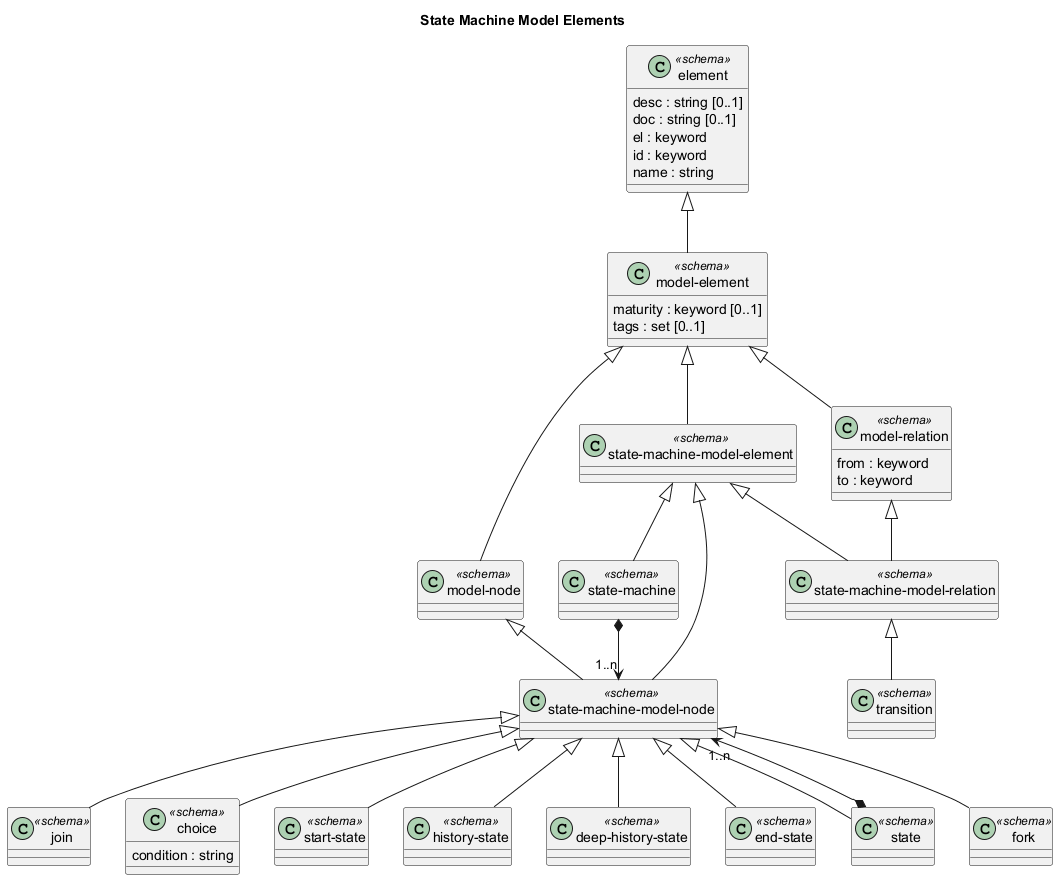
soulspace-org/overarch keeps this PlantUML diagram as docs/overarch/data-model/state-machine-model-elements.png. Above is the earlier version. Source of this version:
```plantuml
@startuml state-machine-model-elements
title State Machine Model Elements
class "join" as overarch_dataModel_join <<schema>> {}
class "state-machine" as overarch_dataModel_stateMachine <<schema>> {}
class "choice" as overarch_dataModel_choice <<schema>> {
  condition : string
}
class "model-node" as overarch_dataModel_modelNode <<schema>> {}
class "transition" as overarch_dataModel_transition <<schema>> {}
class "element" as overarch_dataModel_element <<schema>> {
  desc : string [0..1]
  doc : string [0..1]
  el : keyword
  id : keyword
  name : string
}
class "model-element" as overarch_dataModel_modelElement <<schema>> {
  maturity : keyword [0..1]
  tags : set [0..1]
}
class "start-state" as overarch_dataModel_startState <<schema>> {}
class "state-machine-model-node" as overarch_dataModel_stateMachineModelNode <<schema>> {}
class "history-state" as overarch_dataModel_historyState <<schema>> {}
class "state-machine-model-element" as overarch_dataModel_stateMachineModelElement <<schema>> {}
class "deep-history-state" as overarch_dataModel_deepHistoryState <<schema>> {}
class "end-state" as overarch_dataModel_endState <<schema>> {}
class "state" as overarch_dataModel_state <<schema>> {}
class "state-machine-model-relation" as overarch_dataModel_stateMachineModelRelation <<schema>> {}
class "fork" as overarch_dataModel_fork <<schema>> {}
class "model-relation" as overarch_dataModel_modelRelation <<schema>> {
  from : keyword
  to : keyword
}
overarch_dataModel_stateMachineModelNode <|-- overarch_dataModel_choice
overarch_dataModel_element <|-- overarch_dataModel_modelElement
overarch_dataModel_modelElement <|-- overarch_dataModel_modelNode
overarch_dataModel_stateMachineModelRelation <|-- overarch_dataModel_transition
overarch_dataModel_stateMachineModelElement <|-- overarch_dataModel_stateMachine
overarch_dataModel_stateMachineModelNode <|-- overarch_dataModel_endState
overarch_dataModel_stateMachineModelNode <|-- overarch_dataModel_fork
overarch_dataModel_modelElement <|-- overarch_dataModel_modelRelation
overarch_dataModel_stateMachineModelNode <|-- overarch_dataModel_startState
overarch_dataModel_modelElement <|-- overarch_dataModel_stateMachineModelElement
overarch_dataModel_stateMachineModelNode <|-- overarch_dataModel_deepHistoryState
overarch_dataModel_state *-->  "1..n" overarch_dataModel_stateMachineModelNode
overarch_dataModel_modelRelation <|-- overarch_dataModel_stateMachineModelRelation
overarch_dataModel_stateMachineModelElement <|-- overarch_dataModel_stateMachineModelRelation
overarch_dataModel_stateMachine *-->  "1..n" overarch_dataModel_stateMachineModelNode
overarch_dataModel_modelNode <|-- overarch_dataModel_stateMachineModelNode
overarch_dataModel_stateMachineModelElement <|-- overarch_dataModel_stateMachineModelNode
overarch_dataModel_stateMachineModelNode <|-- overarch_dataModel_historyState
overarch_dataModel_stateMachineModelNode <|-- overarch_dataModel_state
overarch_dataModel_stateMachineModelNode <|-- overarch_dataModel_join
@enduml
```
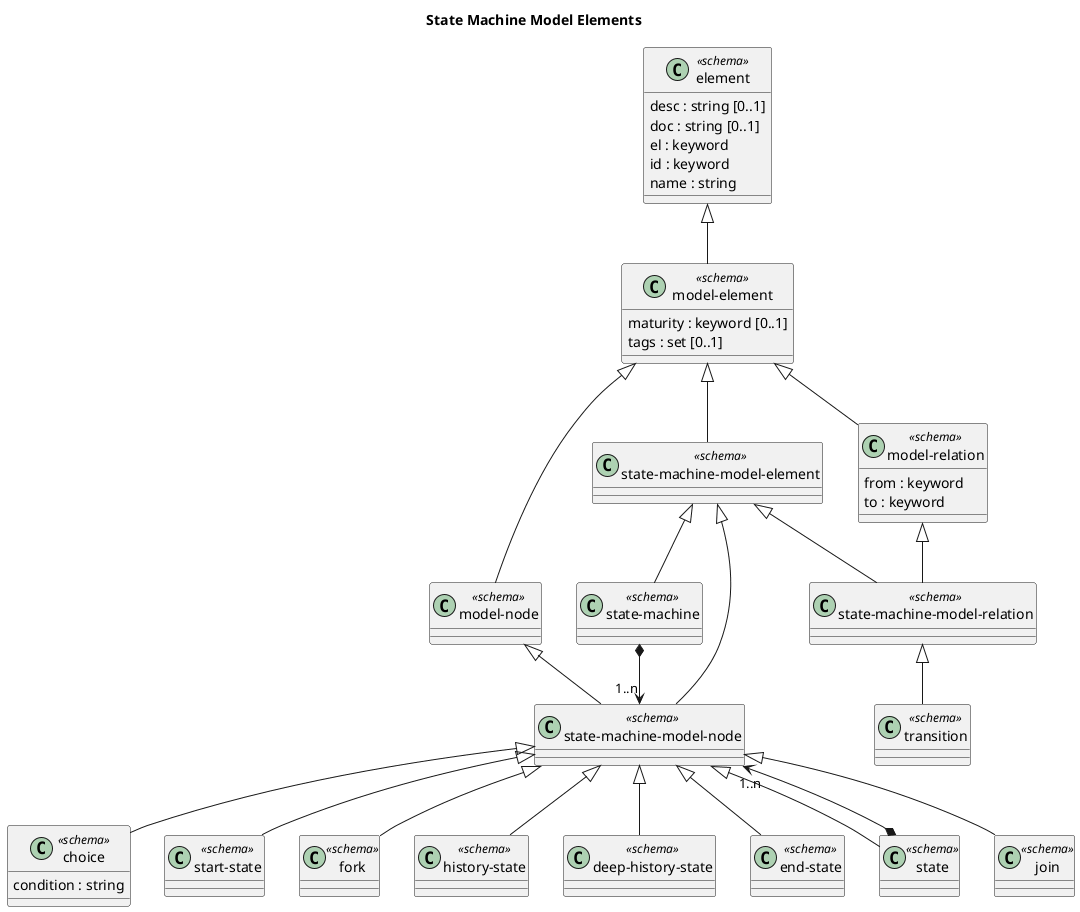
Later version of the same file.

Change to the diagram source:
```diff
@@ -1,12 +1,14 @@
 @startuml state-machine-model-elements
 title State Machine Model Elements
-class "join" as overarch_dataModel_join <<schema>> {}
-class "state-machine" as overarch_dataModel_stateMachine <<schema>> {}
+class "state-machine" as overarch_dataModel_stateMachine <<schema>> {
+}
 class "choice" as overarch_dataModel_choice <<schema>> {
   condition : string
 }
-class "model-node" as overarch_dataModel_modelNode <<schema>> {}
-class "transition" as overarch_dataModel_transition <<schema>> {}
+class "model-node" as overarch_dataModel_modelNode <<schema>> {
+}
+class "transition" as overarch_dataModel_transition <<schema>> {
+}
 class "element" as overarch_dataModel_element <<schema>> {
   desc : string [0..1]
   doc : string [0..1]
@@ -18,15 +20,26 @@
   maturity : keyword [0..1]
   tags : set [0..1]
 }
-class "start-state" as overarch_dataModel_startState <<schema>> {}
-class "state-machine-model-node" as overarch_dataModel_stateMachineModelNode <<schema>> {}
-class "history-state" as overarch_dataModel_historyState <<schema>> {}
-class "state-machine-model-element" as overarch_dataModel_stateMachineModelElement <<schema>> {}
-class "deep-history-state" as overarch_dataModel_deepHistoryState <<schema>> {}
-class "end-state" as overarch_dataModel_endState <<schema>> {}
-class "state" as overarch_dataModel_state <<schema>> {}
-class "state-machine-model-relation" as overarch_dataModel_stateMachineModelRelation <<schema>> {}
-class "fork" as overarch_dataModel_fork <<schema>> {}
+class "start-state" as overarch_dataModel_startState <<schema>> {
+}
+class "state-machine-model-node" as overarch_dataModel_stateMachineModelNode <<schema>> {
+}
+class "fork" as overarch_dataModel_fork <<schema>> {
+}
+class "history-state" as overarch_dataModel_historyState <<schema>> {
+}
+class "state-machine-model-element" as overarch_dataModel_stateMachineModelElement <<schema>> {
+}
+class "deep-history-state" as overarch_dataModel_deepHistoryState <<schema>> {
+}
+class "end-state" as overarch_dataModel_endState <<schema>> {
+}
+class "state" as overarch_dataModel_state <<schema>> {
+}
+class "join" as overarch_dataModel_join <<schema>> {
+}
+class "state-machine-model-relation" as overarch_dataModel_stateMachineModelRelation <<schema>> {
+}
 class "model-relation" as overarch_dataModel_modelRelation <<schema>> {
   from : keyword
   to : keyword
```
